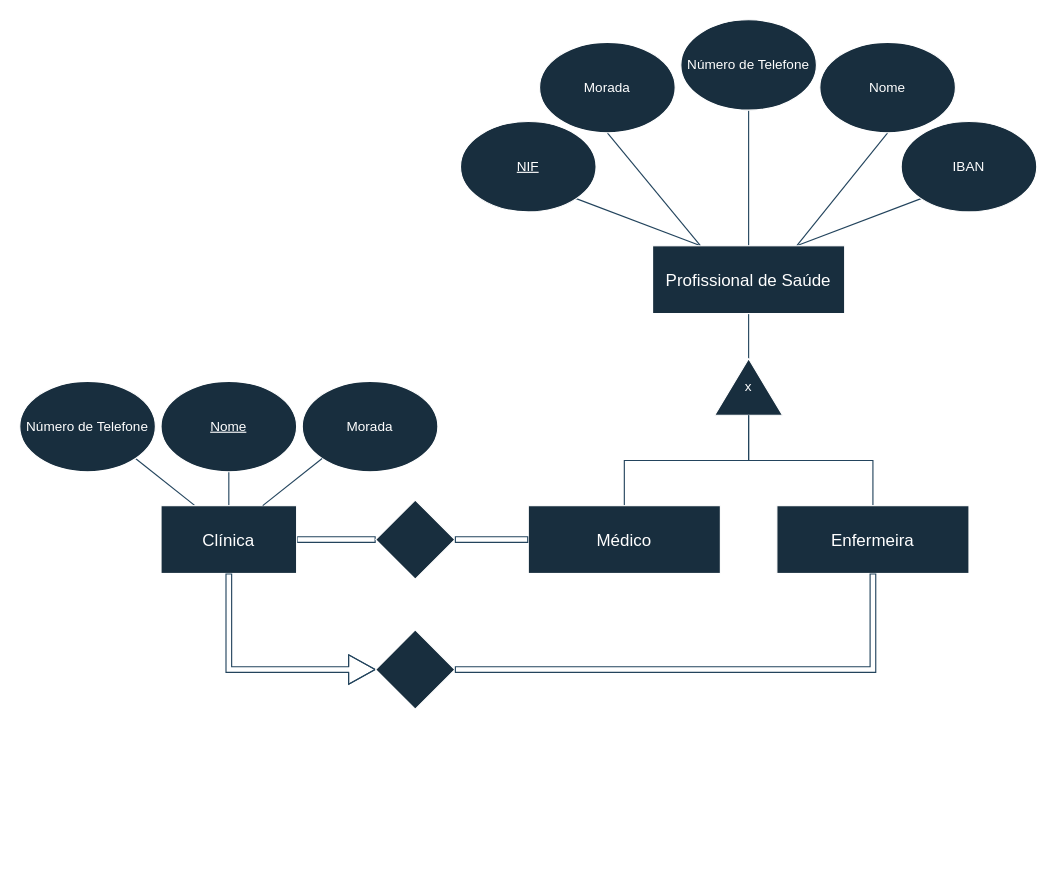
Before: page "Page-1" (1 of 2) of diagrams/modelo_EA.drawio in Zane-dev16/BD-projeto-E1, a draw.io diagram. Source tidied: cells renumbered, new cells numbered last; positions are measured from the earlier drawing's top-left corner, leaving out a move shared by most shapes. Both pictures are drawn from the tidied source at 113%, with x=0, y=0 at pixel (19, 19).
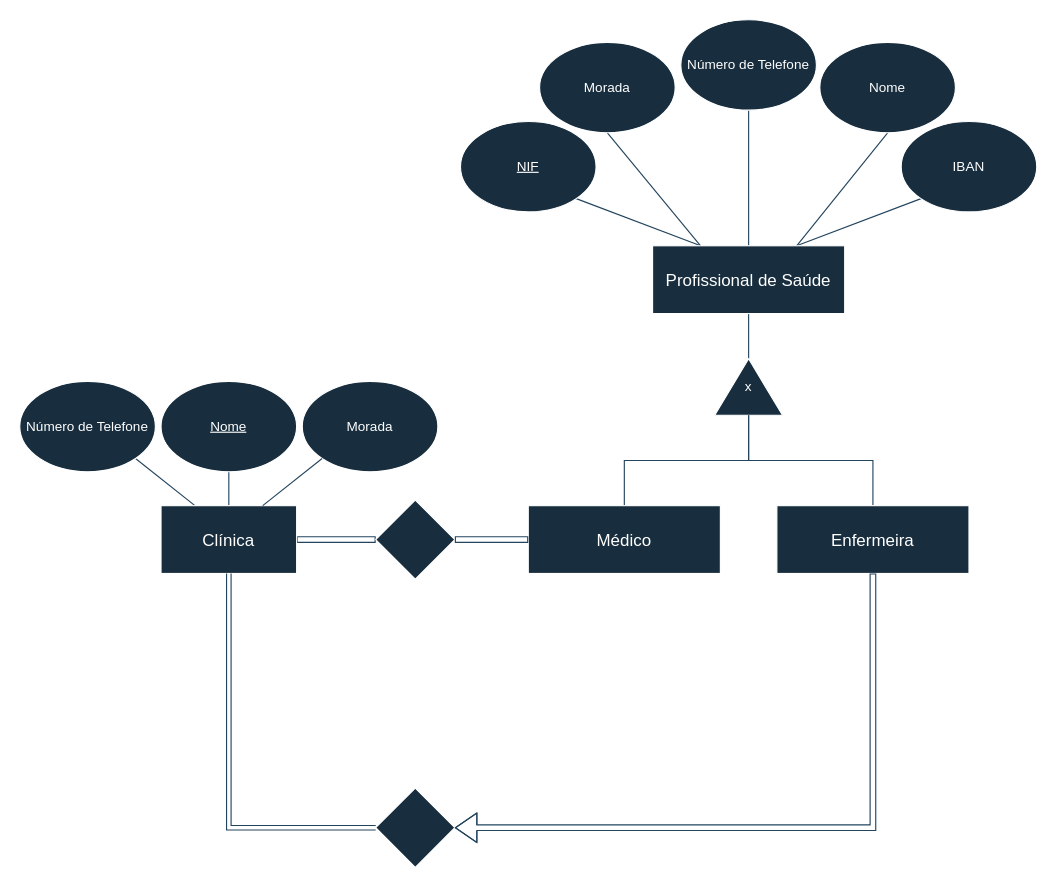
Above is the later version.

Commit message:
Fix many to one relationship in diagram

Unchanged cells that the change refers to:
```xml
<mxCell id="20" value="&lt;span style=&quot;font-size: 15px;&quot;&gt;Enfermeira&lt;/span&gt;" style="rounded=0;whiteSpace=wrap;html=1;strokeColor=#FFFFFF;fontColor=#FFFFFF;fillColor=#182E3E;" parent="1" vertex="1">
  <mxGeometry x="670" y="430" width="170" height="60" as="geometry" />
</mxCell>
<mxCell id="23" value="&lt;font style=&quot;font-size: 15px;&quot;&gt;Clínica&lt;/font&gt;" style="rounded=0;whiteSpace=wrap;html=1;labelBackgroundColor=none;fillColor=#182E3E;strokeColor=#FFFFFF;fontColor=#FFFFFF;" parent="1" vertex="1">
  <mxGeometry x="125" y="430" width="120" height="60" as="geometry" />
</mxCell>
```

Change to the diagram source:
```diff
@@
-    <mxCell id="29" style="edgeStyle=orthogonalEdgeStyle;rounded=0;jettySize=auto;html=1;exitX=0.5;exitY=1;exitDx=0;exitDy=0;strokeColor=#23445D;endArrow=block;endFill=0;startArrow=none;startFill=0;entryX=0;entryY=0.5;entryDx=0;entryDy=0;shape=flexArrow;width=5;endSize=7.5;" parent="1" edge="1" source="23" target="30">
+    <mxCell id="29" style="edgeStyle=orthogonalEdgeStyle;rounded=0;jettySize=auto;html=1;exitX=0.5;exitY=1;exitDx=0;exitDy=0;strokeColor=#23445D;endArrow=block;endFill=0;startArrow=none;startFill=0;entryX=0;entryY=0.5;entryDx=0;entryDy=0;shape=link;" parent="1" edge="1" source="23" target="30">
       <mxGeometry relative="1" as="geometry" />
     </mxCell>
     <mxCell id="30" style="rhombus;whiteSpace=wrap;html=1;strokeColor=#FFFFFF;fontColor=#FFFFFF;fillColor=#182E3E;" parent="1" vertex="1">
-      <mxGeometry x="315" y="540" width="70" height="70" as="geometry" />
+      <mxGeometry x="315" y="680" width="70" height="70" as="geometry" />
     </mxCell>
-    <mxCell id="31" style="edgeStyle=orthogonalEdgeStyle;rounded=0;jettySize=auto;html=1;strokeColor=#23445D;endArrow=none;endFill=0;startArrow=none;startFill=0;shape=flexArrow;width=5;endSize=7.5;entryX=0.5;entryY=1;entryDx=0;entryDy=0;exitX=1;exitY=0.5;exitDx=0;exitDy=0;" parent="1" edge="1" source="30" target="20">
+    <mxCell id="31" style="edgeStyle=orthogonalEdgeStyle;rounded=0;jettySize=auto;html=1;strokeColor=#23445D;endArrow=none;endFill=0;startArrow=block;startFill=0;shape=flexArrow;width=5;endSize=7.5;entryX=0.5;entryY=1;entryDx=0;entryDy=0;exitX=1;exitY=0.5;exitDx=0;exitDy=0;" parent="1" edge="1" source="30" target="20">
       <mxGeometry relative="1" as="geometry" />
     </mxCell>
```
